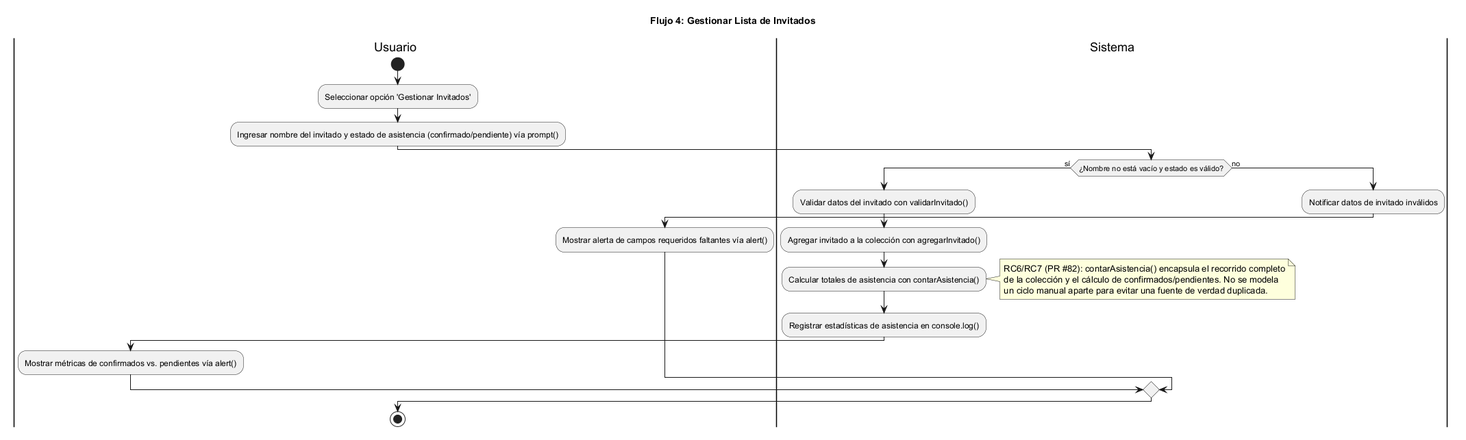
carolabenvenuto-uces/planit keeps this PlantUML diagram as docs/05-diagramas/01-diagrama-de-actividades/actividad-flujo-4-gestionar-invitados.png. Above is the earlier version.
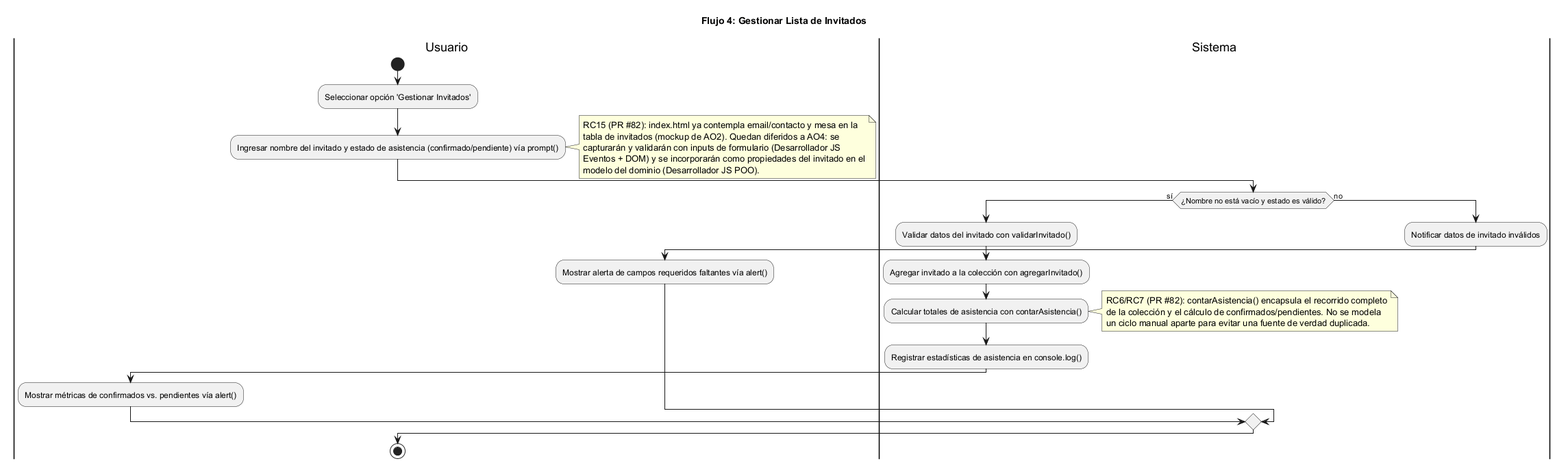
The same file after the commit.

Commit message:
fix(rc15): documentar diferimiento de email/contacto y mesa a AO4

The edit, as a diff of the source:
```diff
@@ -5,6 +5,13 @@
 start
 :Seleccionar opción 'Gestionar Invitados';
 :Ingresar nombre del invitado y estado de asistencia (confirmado/pendiente) vía prompt();
+note right
+  RC15 (PR #82): index.html ya contempla email/contacto y mesa en la
+  tabla de invitados (mockup de AO2). Quedan diferidos a AO4: se
+  capturarán y validarán con inputs de formulario (Desarrollador JS
+  Eventos + DOM) y se incorporarán como propiedades del invitado en el
+  modelo del dominio (Desarrollador JS POO).
+end note
 
 |Sistema|
 if (¿Nombre no está vacío y estado es válido?) then (sí)
```
